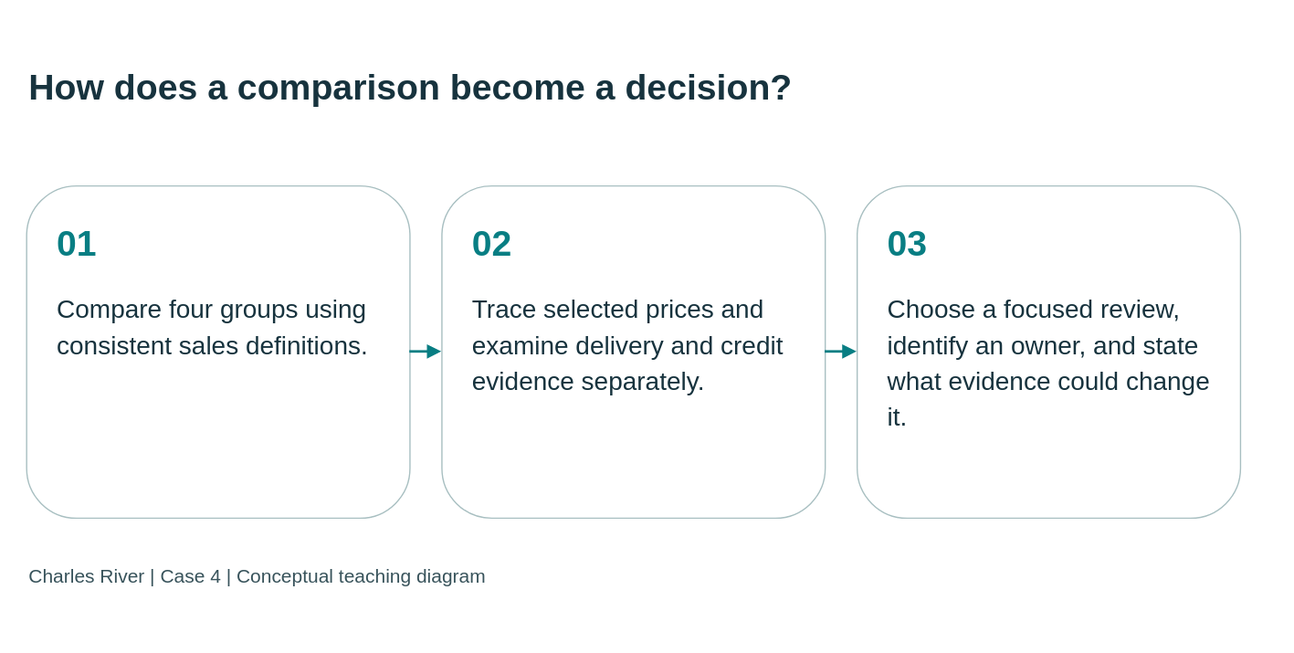
This is static/diagrams/cases/case04-conclusion.svg from mmcodesso/CharlesRiver_Database, a draw.io export, as it was before one commit. Source tidied: cells renumbered, new cells last; positions are measured from the earlier drawing's top-left corner, leaving out a move shared by most shapes. Source of this version:
```xml
<mxGraphModel background="#f5f5ee">
  <root>
    <mxCell id="0" />
    <mxCell id="1" parent="0" />
    <mxCell id="2" value="How does a comparison become a decision?" style="text;html=0;strokeColor=none;fillColor=none;align=left;verticalAlign=middle;whiteSpace=wrap;fontSize=28;fontStyle=1;fontColor=#17333e;fontFamily=Arial;" parent="1" vertex="1">
      <mxGeometry width="950" height="95" as="geometry" />
    </mxCell>
    <mxCell id="3" value="&lt;div style=&quot;font-size:28px;color:#087e83;font-weight:bold;margin-bottom:20px&quot;&gt;01&lt;/div&gt;&lt;div style=&quot;font-size:20px;line-height:1.4&quot;&gt;Compare four groups using consistent sales definitions.&lt;/div&gt;" style="rounded=1;whiteSpace=wrap;html=1;fillColor=#ffffff;strokeColor=#a8bfc1;fontColor=#17333e;align=left;verticalAlign=top;spacing=24;fontFamily=Arial;fontSize=20;" parent="1" vertex="1">
      <mxGeometry y="125" width="300" height="260" as="geometry" />
    </mxCell>
    <mxCell id="4" value="&lt;div style=&quot;font-size:28px;color:#087e83;font-weight:bold;margin-bottom:20px&quot;&gt;02&lt;/div&gt;&lt;div style=&quot;font-size:20px;line-height:1.4&quot;&gt;Trace selected prices and examine delivery and credit evidence separately.&lt;/div&gt;" style="rounded=1;whiteSpace=wrap;html=1;fillColor=#ffffff;strokeColor=#a8bfc1;fontColor=#17333e;align=left;verticalAlign=top;spacing=24;fontFamily=Arial;fontSize=20;" parent="1" vertex="1">
      <mxGeometry x="325" y="125" width="300" height="260" as="geometry" />
    </mxCell>
    <mxCell id="5" value="&lt;div style=&quot;font-size:28px;color:#087e83;font-weight:bold;margin-bottom:20px&quot;&gt;03&lt;/div&gt;&lt;div style=&quot;font-size:20px;line-height:1.4&quot;&gt;Choose a focused review, identify an owner, and state what evidence could change it.&lt;/div&gt;" style="rounded=1;whiteSpace=wrap;html=1;fillColor=#ffffff;strokeColor=#a8bfc1;fontColor=#17333e;align=left;verticalAlign=top;spacing=24;fontFamily=Arial;fontSize=20;" parent="1" vertex="1">
      <mxGeometry x="650" y="125" width="300" height="260" as="geometry" />
    </mxCell>
    <mxCell id="6" style="edgeStyle=orthogonalEdgeStyle;rounded=0;html=1;endArrow=block;endFill=1;strokeColor=#087e83;strokeWidth=2;" parent="1" edge="1" source="3" target="4">
      <mxGeometry relative="1" as="geometry" />
    </mxCell>
    <mxCell id="7" style="edgeStyle=orthogonalEdgeStyle;rounded=0;html=1;endArrow=block;endFill=1;strokeColor=#087e83;strokeWidth=2;" parent="1" edge="1" source="4" target="5">
      <mxGeometry relative="1" as="geometry" />
    </mxCell>
    <mxCell id="8" value="Charles River | Case 4 | Conceptual teaching diagram" style="text;html=0;strokeColor=none;fillColor=none;align=left;fontSize=15;fontColor=#38535b;fontFamily=Arial;" parent="1" vertex="1">
      <mxGeometry y="415" width="950" height="35" as="geometry" />
    </mxCell>
  </root>
</mxGraphModel>
```
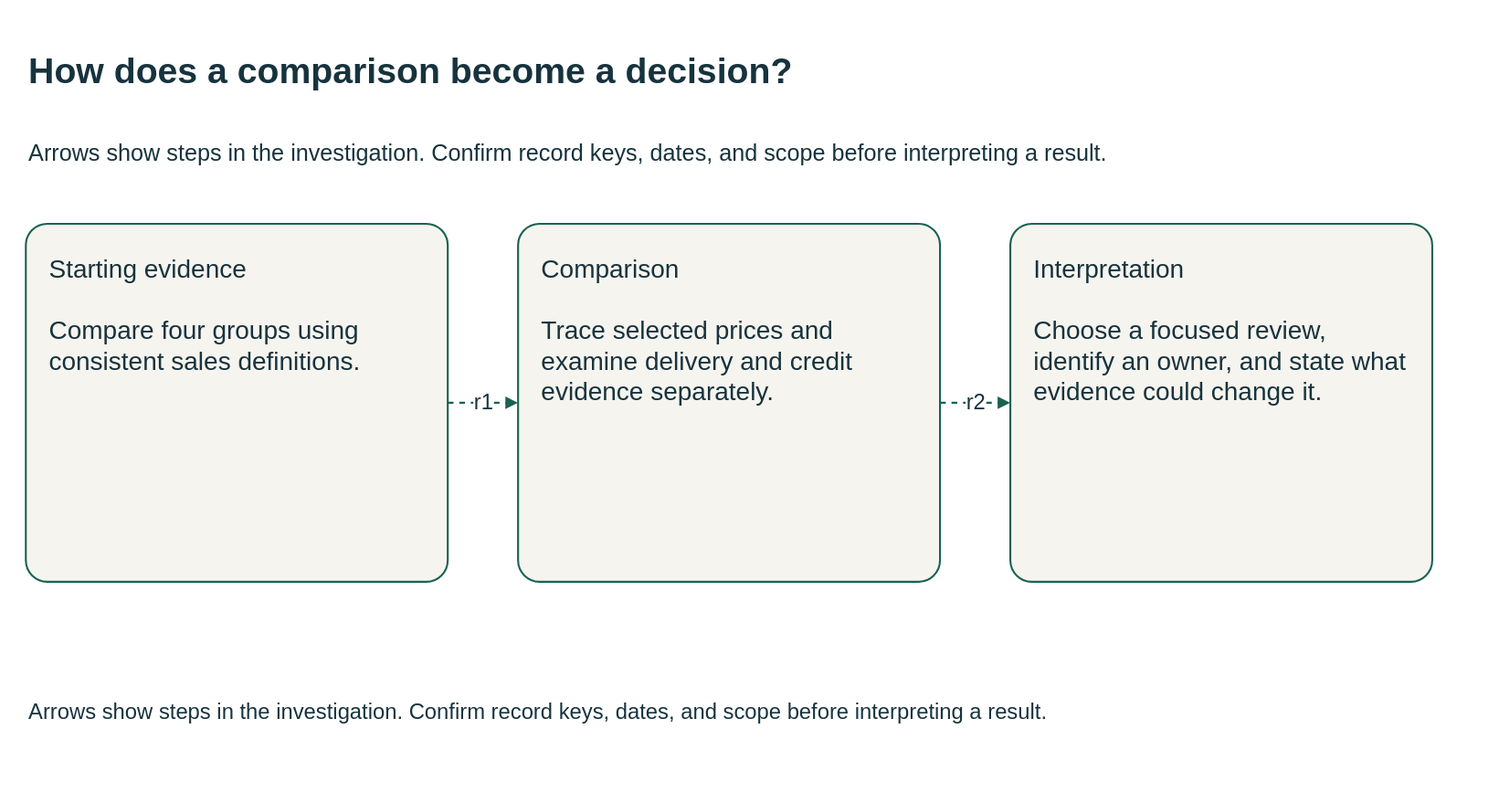
The same file after the commit.

What changed in the source:
```diff
@@ -1,27 +1,30 @@
-<mxGraphModel background="#f5f5ee">
+<mxGraphModel background="#FFFFFF">
   <root>
     <mxCell id="0" />
     <mxCell id="1" parent="0" />
-    <mxCell id="2" value="How does a comparison become a decision?" style="text;html=0;strokeColor=none;fillColor=none;align=left;verticalAlign=middle;whiteSpace=wrap;fontSize=28;fontStyle=1;fontColor=#17333e;fontFamily=Arial;" parent="1" vertex="1">
-      <mxGeometry width="950" height="95" as="geometry" />
+    <mxCell id="2" value="How does a comparison become a decision?" style="html=0;fontFamily=Arial;fontSize=20;fontColor=#17333e;strokeColor=#196252;strokeWidth=1.5;whiteSpace=wrap;text;strokeColor=none;fillColor=none;align=left;verticalAlign=middle;fontSize=28;fontStyle=1;" parent="1" vertex="1">
+      <mxGeometry y="-10" width="1110" height="70" as="geometry" />
     </mxCell>
+    <mxCell id="9" value="Arrows show steps in the investigation. Confirm record keys, dates, and scope before interpreting a result." style="html=0;fontFamily=Arial;fontSize=20;fontColor=#17333e;strokeColor=#196252;strokeWidth=1.5;whiteSpace=wrap;text;strokeColor=none;fillColor=none;align=left;verticalAlign=middle;fontSize=18;fontStyle=0;" parent="1" vertex="1">
+      <mxGeometry y="62" width="1110" height="55" as="geometry" />
+    </mxCell>
-    <mxCell id="3" value="&lt;div style=&quot;font-size:28px;color:#087e83;font-weight:bold;margin-bottom:20px&quot;&gt;01&lt;/div&gt;&lt;div style=&quot;font-size:20px;line-height:1.4&quot;&gt;Compare four groups using consistent sales definitions.&lt;/div&gt;" style="rounded=1;whiteSpace=wrap;html=1;fillColor=#ffffff;strokeColor=#a8bfc1;fontColor=#17333e;align=left;verticalAlign=top;spacing=24;fontFamily=Arial;fontSize=20;" parent="1" vertex="1">
-      <mxGeometry y="125" width="300" height="260" as="geometry" />
+    <mxCell id="3" value="Starting evidence&#10;&#10;Compare four groups using consistent sales definitions." style="html=0;fontFamily=Arial;fontSize=20;fontColor=#17333e;strokeColor=#196252;strokeWidth=1.5;whiteSpace=wrap;rounded=1;arcSize=6;fillColor=#f6f4ee;align=left;verticalAlign=top;spacing=18;" parent="1" vertex="1">
+      <mxGeometry y="145" width="330" height="280" as="geometry" />
     </mxCell>
-    <mxCell id="4" value="&lt;div style=&quot;font-size:28px;color:#087e83;font-weight:bold;margin-bottom:20px&quot;&gt;02&lt;/div&gt;&lt;div style=&quot;font-size:20px;line-height:1.4&quot;&gt;Trace selected prices and examine delivery and credit evidence separately.&lt;/div&gt;" style="rounded=1;whiteSpace=wrap;html=1;fillColor=#ffffff;strokeColor=#a8bfc1;fontColor=#17333e;align=left;verticalAlign=top;spacing=24;fontFamily=Arial;fontSize=20;" parent="1" vertex="1">
-      <mxGeometry x="325" y="125" width="300" height="260" as="geometry" />
+    <mxCell id="4" value="Comparison&#10;&#10;Trace selected prices and examine delivery and credit evidence separately." style="html=0;fontFamily=Arial;fontSize=20;fontColor=#17333e;strokeColor=#196252;strokeWidth=1.5;whiteSpace=wrap;rounded=1;arcSize=6;fillColor=#f6f4ee;align=left;verticalAlign=top;spacing=18;" parent="1" vertex="1">
+      <mxGeometry x="385" y="145" width="330" height="280" as="geometry" />
     </mxCell>
-    <mxCell id="5" value="&lt;div style=&quot;font-size:28px;color:#087e83;font-weight:bold;margin-bottom:20px&quot;&gt;03&lt;/div&gt;&lt;div style=&quot;font-size:20px;line-height:1.4&quot;&gt;Choose a focused review, identify an owner, and state what evidence could change it.&lt;/div&gt;" style="rounded=1;whiteSpace=wrap;html=1;fillColor=#ffffff;strokeColor=#a8bfc1;fontColor=#17333e;align=left;verticalAlign=top;spacing=24;fontFamily=Arial;fontSize=20;" parent="1" vertex="1">
-      <mxGeometry x="650" y="125" width="300" height="260" as="geometry" />
+    <mxCell id="5" value="Interpretation&#10;&#10;Choose a focused review, identify an owner, and state what evidence could change it." style="html=0;fontFamily=Arial;fontSize=20;fontColor=#17333e;strokeColor=#196252;strokeWidth=1.5;whiteSpace=wrap;rounded=1;arcSize=6;fillColor=#f6f4ee;align=left;verticalAlign=top;spacing=18;" parent="1" vertex="1">
+      <mxGeometry x="770" y="145" width="330" height="280" as="geometry" />
     </mxCell>
-    <mxCell id="6" style="edgeStyle=orthogonalEdgeStyle;rounded=0;html=1;endArrow=block;endFill=1;strokeColor=#087e83;strokeWidth=2;" parent="1" edge="1" source="3" target="4">
+    <mxCell id="6" value="r1" style="html=0;fontFamily=Arial;fontSize=20;fontColor=#17333e;strokeColor=#196252;strokeWidth=1.5;whiteSpace=wrap;edgeStyle=orthogonalEdgeStyle;rounded=0;fillColor=none;fontSize=17;labelBackgroundColor=#FFFFFF;startArrow=none;endArrow=block;endFill=1;dashed=1;exitX=1;exitY=0.5;entryX=0;entryY=0.5;" parent="1" edge="1" source="3" target="4">
       <mxGeometry relative="1" as="geometry" />
     </mxCell>
-    <mxCell id="7" style="edgeStyle=orthogonalEdgeStyle;rounded=0;html=1;endArrow=block;endFill=1;strokeColor=#087e83;strokeWidth=2;" parent="1" edge="1" source="4" target="5">
+    <mxCell id="7" value="r2" style="html=0;fontFamily=Arial;fontSize=20;fontColor=#17333e;strokeColor=#196252;strokeWidth=1.5;whiteSpace=wrap;edgeStyle=orthogonalEdgeStyle;rounded=0;fillColor=none;fontSize=17;labelBackgroundColor=#FFFFFF;startArrow=none;endArrow=block;endFill=1;dashed=1;exitX=1;exitY=0.5;entryX=0;entryY=0.5;" parent="1" edge="1" source="4" target="5">
       <mxGeometry relative="1" as="geometry" />
     </mxCell>
-    <mxCell id="8" value="Charles River | Case 4 | Conceptual teaching diagram" style="text;html=0;strokeColor=none;fillColor=none;align=left;fontSize=15;fontColor=#38535b;fontFamily=Arial;" parent="1" vertex="1">
-      <mxGeometry y="415" width="950" height="35" as="geometry" />
+    <mxCell id="8" value="Arrows show steps in the investigation. Confirm record keys, dates, and scope before interpreting a result." style="html=0;fontFamily=Arial;fontSize=20;fontColor=#17333e;strokeColor=#196252;strokeWidth=1.5;whiteSpace=wrap;text;strokeColor=none;fillColor=none;align=left;verticalAlign=middle;fontSize=17;fontStyle=0;" parent="1" vertex="1">
+      <mxGeometry y="497" width="1110" height="60" as="geometry" />
     </mxCell>
   </root>
 </mxGraphModel>
```
